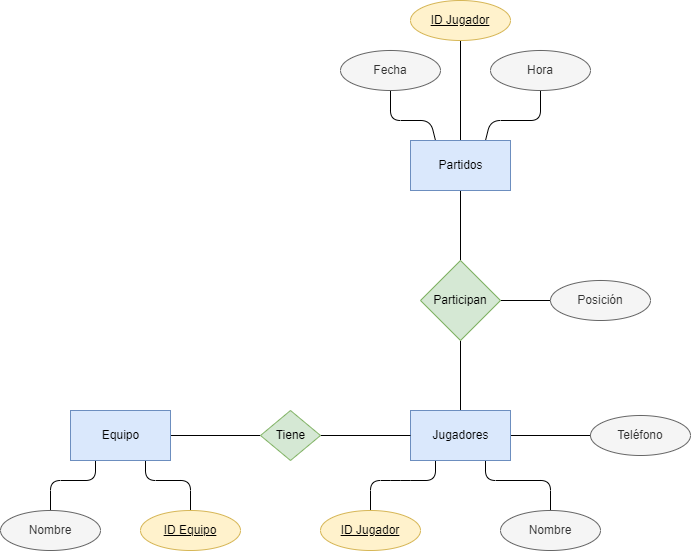
Earlier version of the draw.io export tareas/tarea-1/images/ejercicio7.drawio.png (aguemarrero/base-datos). Source tidied: cells renumbered, new cells last; positions are measured from the earlier drawing's top-left corner, leaving out a move shared by most shapes.
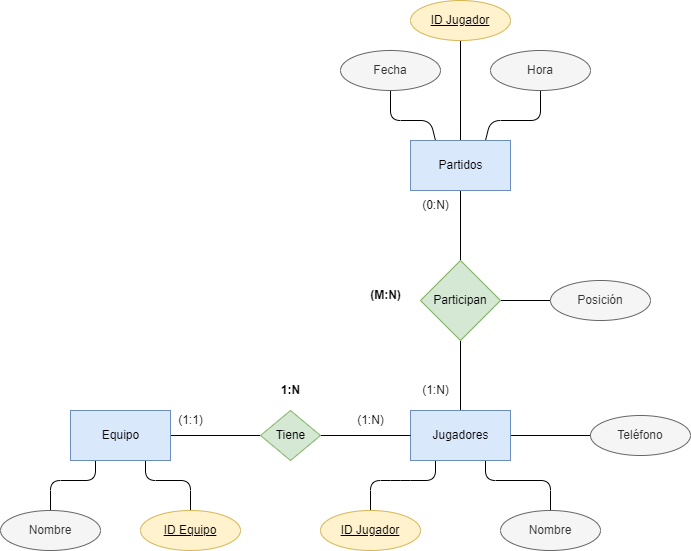
After the commit.

Diff of the diagram source:
```diff
@@ -64,13 +64,13 @@
     <mxCell id="14" value="Nombre" style="ellipse;whiteSpace=wrap;html=1;align=center;fillColor=#f5f5f5;strokeColor=#666666;fontColor=#333333;" parent="1" vertex="1">
       <mxGeometry y="510" width="100" height="40" as="geometry" />
     </mxCell>
-    <mxCell id="15" value="&lt;font color=&quot;#ffffff&quot;&gt;(1:N)&lt;/font&gt;" style="text;html=1;align=center;verticalAlign=middle;strokeColor=none;fillColor=none;fontColor=#000000;" parent="1" vertex="1">
+    <mxCell id="15" value="(1:N)" style="text;html=1;align=center;verticalAlign=middle;strokeColor=none;fillColor=none;fontColor=#000000;" parent="1" vertex="1">
       <mxGeometry x="345" y="405" width="50" height="30" as="geometry" />
     </mxCell>
-    <mxCell id="16" value="(1:1)" style="text;html=1;align=center;verticalAlign=middle;strokeColor=none;fillColor=none;fontColor=#FFFFFF;" parent="1" vertex="1">
+    <mxCell id="16" value="&lt;font color=&quot;#000000&quot;&gt;(1:1)&lt;/font&gt;" style="text;html=1;align=center;verticalAlign=middle;strokeColor=none;fillColor=none;fontColor=#FFFFFF;" parent="1" vertex="1">
       <mxGeometry x="165" y="405" width="50" height="30" as="geometry" />
     </mxCell>
-    <mxCell id="17" value="&lt;b&gt;1:N&lt;/b&gt;" style="text;html=1;align=center;verticalAlign=middle;strokeColor=none;fillColor=none;fontColor=#FFFFFF;" parent="1" vertex="1">
+    <mxCell id="17" value="&lt;b&gt;&lt;font color=&quot;#000000&quot;&gt;1:N&lt;/font&gt;&lt;/b&gt;" style="text;html=1;align=center;verticalAlign=middle;strokeColor=none;fillColor=none;fontColor=#FFFFFF;" parent="1" vertex="1">
       <mxGeometry x="270" y="375" width="40" height="30" as="geometry" />
     </mxCell>
     <mxCell id="18" style="edgeStyle=none;html=1;entryX=0.5;entryY=1;entryDx=0;entryDy=0;fontColor=#000000;endArrow=none;endFill=0;" parent="1" edge="1" source="20" target="24">
@@ -124,13 +124,13 @@
     <mxCell id="30" value="Teléfono" style="ellipse;whiteSpace=wrap;html=1;align=center;fontColor=#333333;fillColor=#f5f5f5;strokeColor=#666666;" parent="1" vertex="1">
       <mxGeometry x="590" y="415" width="100" height="40" as="geometry" />
     </mxCell>
-    <mxCell id="31" value="&lt;font color=&quot;#ffffff&quot;&gt;(0:N)&lt;/font&gt;" style="text;html=1;align=center;verticalAlign=middle;strokeColor=none;fillColor=none;fontColor=#000000;" parent="1" vertex="1">
+    <mxCell id="31" value="(0:N)" style="text;html=1;align=center;verticalAlign=middle;strokeColor=none;fillColor=none;fontColor=#000000;" parent="1" vertex="1">
       <mxGeometry x="410" y="190" width="50" height="30" as="geometry" />
     </mxCell>
-    <mxCell id="32" value="&lt;font color=&quot;#ffffff&quot;&gt;(1:N)&lt;/font&gt;" style="text;html=1;align=center;verticalAlign=middle;strokeColor=none;fillColor=none;fontColor=#000000;" parent="1" vertex="1">
+    <mxCell id="32" value="(1:N)" style="text;html=1;align=center;verticalAlign=middle;strokeColor=none;fillColor=none;fontColor=#000000;" parent="1" vertex="1">
       <mxGeometry x="410" y="375" width="50" height="30" as="geometry" />
     </mxCell>
-    <mxCell id="33" value="&lt;font color=&quot;#ffffff&quot;&gt;(M:N)&lt;/font&gt;" style="text;html=1;align=center;verticalAlign=middle;strokeColor=none;fillColor=none;fontColor=#000000;" parent="1" vertex="1">
+    <mxCell id="33" value="&lt;b&gt;(M:N)&lt;/b&gt;" style="text;html=1;align=center;verticalAlign=middle;strokeColor=none;fillColor=none;fontColor=#000000;" parent="1" vertex="1">
       <mxGeometry x="360" y="280" width="50" height="30" as="geometry" />
     </mxCell>
     <mxCell id="34" value="&lt;font color=&quot;#000000&quot;&gt;ID Jugador&lt;/font&gt;" style="ellipse;whiteSpace=wrap;html=1;align=center;fontStyle=4;fillColor=#fff2cc;strokeColor=#d6b656;" parent="1" vertex="1">
```
